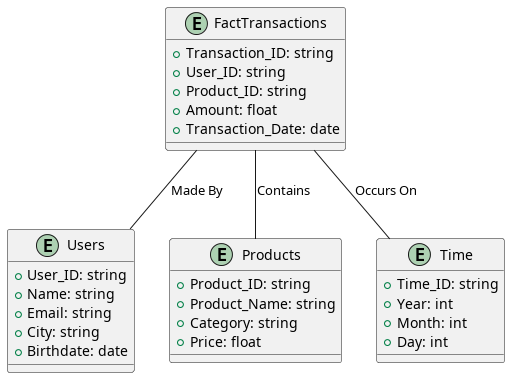
Earlier version of the PlantUML export out/olap/olap.png (LaamiriOuail/big_data_airflow_prjt). The source it was exported from:
```plantuml
@startuml

entity "FactTransactions" as FactTransactions {
  +Transaction_ID: string
  +User_ID: string
  +Product_ID: string
  +Amount: float
  +Transaction_Date: date
}

entity "Users" as Users {
  +User_ID: string
  +Name: string
  +Email: string
  +City: string
  +Birthdate: date
}

entity "Products" as Products {
  +Product_ID: string
  +Product_Name: string
  +Category: string
  +Price: float
}

entity "Time" as Time {
  +Time_ID: string
  +Year: int
  +Month: int
  +Day: int
}

FactTransactions -- Users : "Made By"
FactTransactions -- Products : "Contains"
FactTransactions -- Time : "Occurs On"
@enduml
```
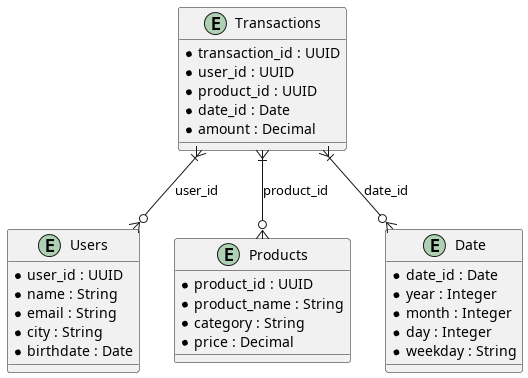
Above is the later version.

The edit, as a diff of the source:
```diff
@@ -1,36 +1,37 @@
 @startuml
-
-entity "FactTransactions" as FactTransactions {
-  +Transaction_ID: string
-  +User_ID: string
-  +Product_ID: string
-  +Amount: float
-  +Transaction_Date: date
+entity "Transactions" as Transactions {
+    * transaction_id : UUID
+    * user_id : UUID
+    * product_id : UUID
+    * date_id : Date
+    * amount : Decimal
 }
 
 entity "Users" as Users {
-  +User_ID: string
-  +Name: string
-  +Email: string
-  +City: string
-  +Birthdate: date
+    * user_id : UUID
+    * name : String
+    * email : String
+    * city : String
+    * birthdate : Date
 }
 
 entity "Products" as Products {
-  +Product_ID: string
-  +Product_Name: string
-  +Category: string
-  +Price: float
+    * product_id : UUID
+    * product_name : String
+    * category : String
+    * price : Decimal
 }
 
-entity "Time" as Time {
-  +Time_ID: string
-  +Year: int
-  +Month: int
-  +Day: int
+entity "Date" as Date {
+    * date_id : Date
+    * year : Integer
+    * month : Integer
+    * day : Integer
+    * weekday : String
 }
 
-FactTransactions -- Users : "Made By"
-FactTransactions -- Products : "Contains"
-FactTransactions -- Time : "Occurs On"
+Transactions }|--o{ Users : "user_id"
+Transactions }|--o{ Products : "product_id"
+Transactions }|--o{ Date : "date_id"
+
 @enduml
```
